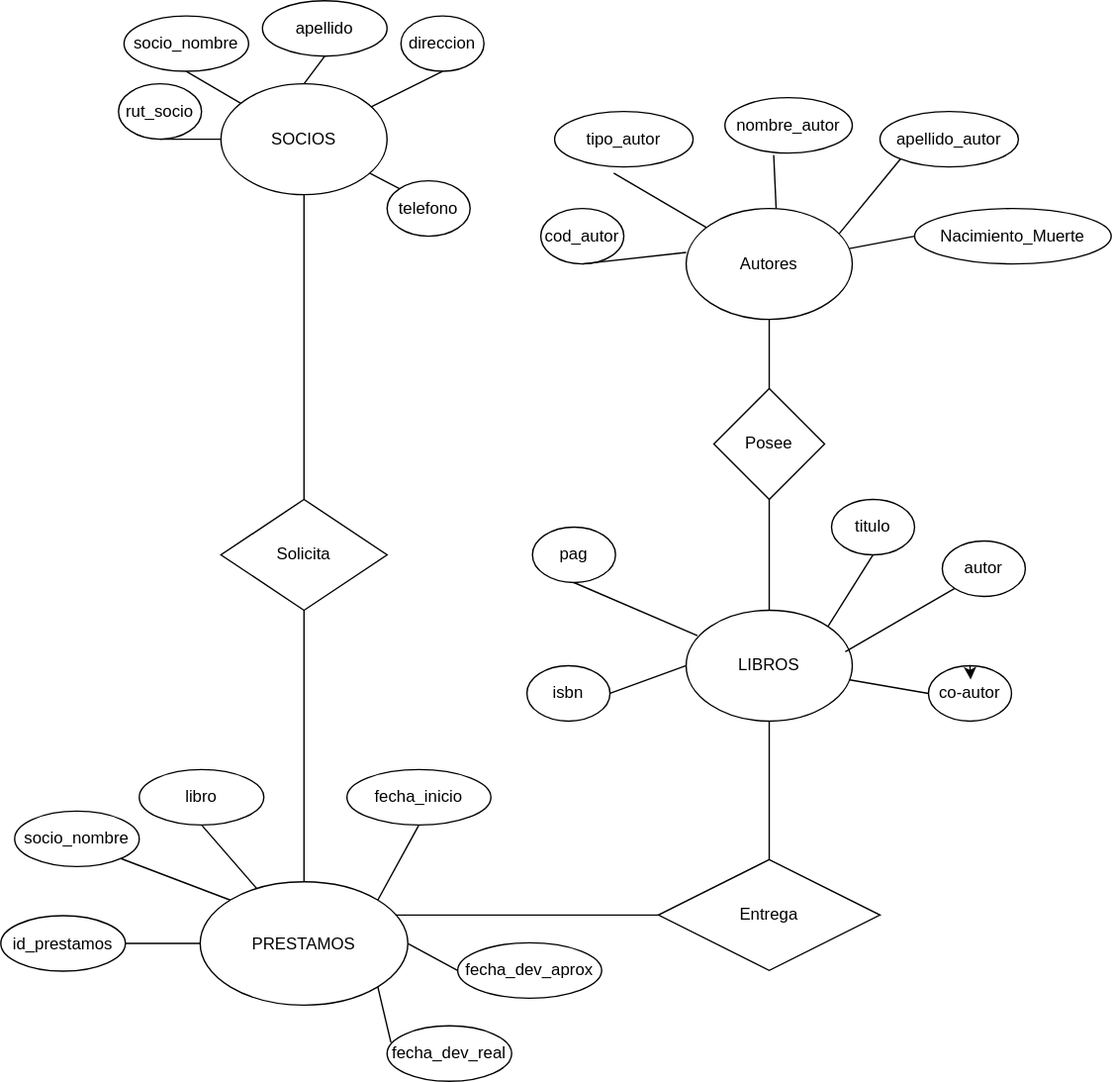
Before: Modelo_Conceptual_01.svg, a diagram exported from draw.io (latiscool/BD_Bilbioteca_LTG). Source tidied: cells renumbered, new cells last; positions are measured from the earlier drawing's top-left corner, leaving out a move shared by most shapes. The source it was exported from:
```xml
<mxGraphModel>
  <root>
    <mxCell id="0" />
    <mxCell id="1" parent="0" />
    <mxCell id="2" style="endArrow=none;html=1;rounded=0;entryX=0.5;entryY=1;entryDx=0;entryDy=0;exitX=0.5;exitY=0;exitDx=0;exitDy=0;" parent="1" edge="1" source="41" target="17">
      <mxGeometry relative="1" as="geometry" />
    </mxCell>
    <mxCell id="3" style="group;" parent="1" vertex="1">
      <mxGeometry y="545" width="400" height="180" as="geometry" />
    </mxCell>
    <mxCell id="4" value="PRESTAMOS" style="ellipse;whiteSpace=wrap;html=1;" parent="3" vertex="1">
      <mxGeometry x="144" y="91" width="150" height="89" as="geometry" />
    </mxCell>
    <mxCell id="5" value="fecha_inicio" style="ellipse;whiteSpace=wrap;html=1;" parent="3" vertex="1">
      <mxGeometry x="250" y="10" width="104" height="40" as="geometry" />
    </mxCell>
    <mxCell id="6" value="fecha_dev_aprox" style="ellipse;whiteSpace=wrap;html=1;" parent="3" vertex="1">
      <mxGeometry x="330" y="135" width="104" height="40" as="geometry" />
    </mxCell>
    <mxCell id="7" style="endArrow=none;html=1;rounded=0;entryX=0.5;entryY=1;entryDx=0;entryDy=0;exitX=1;exitY=0;exitDx=0;exitDy=0;" parent="3" edge="1" source="4" target="5">
      <mxGeometry relative="1" as="geometry" />
    </mxCell>
    <mxCell id="8" style="endArrow=none;html=1;rounded=0;entryX=0;entryY=0.5;entryDx=0;entryDy=0;exitX=1;exitY=0.5;exitDx=0;exitDy=0;" parent="3" edge="1" source="4" target="6">
      <mxGeometry relative="1" as="geometry" />
    </mxCell>
    <mxCell id="9" value="socio_nombre" style="ellipse;whiteSpace=wrap;html=1;" parent="3" vertex="1">
      <mxGeometry x="10" y="40" width="90" height="40" as="geometry" />
    </mxCell>
    <mxCell id="10" value="libro" style="ellipse;whiteSpace=wrap;html=1;" parent="3" vertex="1">
      <mxGeometry x="100" y="10" width="90" height="40" as="geometry" />
    </mxCell>
    <mxCell id="11" style="endArrow=none;html=1;rounded=0;entryX=0.5;entryY=1;entryDx=0;entryDy=0;" parent="3" edge="1" source="4" target="10">
      <mxGeometry relative="1" as="geometry" />
    </mxCell>
    <mxCell id="12" style="endArrow=none;html=1;rounded=0;entryX=1;entryY=1;entryDx=0;entryDy=0;exitX=0;exitY=0;exitDx=0;exitDy=0;" parent="3" edge="1" source="4" target="9">
      <mxGeometry relative="1" as="geometry" />
    </mxCell>
    <mxCell id="13" value="id_prestamos" style="ellipse;whiteSpace=wrap;html=1;" parent="3" vertex="1">
      <mxGeometry y="115.5" width="90" height="40" as="geometry" />
    </mxCell>
    <mxCell id="14" style="edgeStyle=orthogonalEdgeStyle;rounded=0;orthogonalLoop=1;jettySize=auto;html=1;exitX=0.5;exitY=1;exitDx=0;exitDy=0;" parent="3" edge="1" source="13" target="13">
      <mxGeometry relative="1" as="geometry" />
    </mxCell>
    <mxCell id="15" style="endArrow=none;html=1;rounded=0;entryX=0;entryY=0.5;entryDx=0;entryDy=0;" parent="3" edge="1" source="13" target="4">
      <mxGeometry relative="1" as="geometry" />
    </mxCell>
    <mxCell id="16" style="group;" parent="1" vertex="1">
      <mxGeometry x="85" width="280" height="170" as="geometry" />
    </mxCell>
    <mxCell id="17" value="SOCIOS" style="ellipse;whiteSpace=wrap;html=1;" parent="16" vertex="1">
      <mxGeometry x="74" y="60" width="120" height="80" as="geometry" />
    </mxCell>
    <mxCell id="18" value="rut_socio" style="ellipse;whiteSpace=wrap;html=1;" parent="16" vertex="1">
      <mxGeometry y="60" width="60" height="40" as="geometry" />
    </mxCell>
    <mxCell id="19" value="socio_nombre" style="ellipse;whiteSpace=wrap;html=1;" parent="16" vertex="1">
      <mxGeometry x="4" y="11" width="90" height="40" as="geometry" />
    </mxCell>
    <mxCell id="20" value="direccion" style="ellipse;whiteSpace=wrap;html=1;" parent="16" vertex="1">
      <mxGeometry x="204" y="11" width="60" height="40" as="geometry" />
    </mxCell>
    <mxCell id="21" value="apellido" style="ellipse;whiteSpace=wrap;html=1;" parent="16" vertex="1">
      <mxGeometry x="104" width="90" height="40" as="geometry" />
    </mxCell>
    <mxCell id="22" style="endArrow=none;html=1;rounded=0;entryX=0.5;entryY=1;entryDx=0;entryDy=0;exitX=0;exitY=0.5;exitDx=0;exitDy=0;" parent="16" edge="1" source="17" target="18">
      <mxGeometry relative="1" as="geometry" />
    </mxCell>
    <mxCell id="23" style="endArrow=none;html=1;rounded=0;entryX=0.5;entryY=1;entryDx=0;entryDy=0;" parent="16" edge="1" source="17" target="19">
      <mxGeometry relative="1" as="geometry" />
    </mxCell>
    <mxCell id="24" style="endArrow=none;html=1;rounded=0;entryX=0.5;entryY=1;entryDx=0;entryDy=0;exitX=0.5;exitY=0;exitDx=0;exitDy=0;" parent="16" edge="1" source="17" target="21">
      <mxGeometry relative="1" as="geometry" />
    </mxCell>
    <mxCell id="25" style="endArrow=none;html=1;rounded=0;entryX=0.5;entryY=1;entryDx=0;entryDy=0;" parent="16" edge="1" source="17" target="20">
      <mxGeometry relative="1" as="geometry" />
    </mxCell>
    <mxCell id="26" value="telefono" style="ellipse;whiteSpace=wrap;html=1;" parent="16" vertex="1">
      <mxGeometry x="194" y="130" width="60" height="40" as="geometry" />
    </mxCell>
    <mxCell id="27" style="endArrow=none;html=1;rounded=0;entryX=0;entryY=0;entryDx=0;entryDy=0;" parent="16" edge="1" source="17" target="26">
      <mxGeometry relative="1" as="geometry" />
    </mxCell>
    <mxCell id="28" style="group;" parent="1" vertex="1">
      <mxGeometry x="400" y="370" width="395" height="190" as="geometry" />
    </mxCell>
    <mxCell id="29" value="LIBROS" style="ellipse;whiteSpace=wrap;html=1;" parent="28" vertex="1">
      <mxGeometry x="95" y="70" width="120" height="80" as="geometry" />
    </mxCell>
    <mxCell id="30" value="isbn" style="ellipse;whiteSpace=wrap;html=1;" parent="28" vertex="1">
      <mxGeometry x="-20" y="110" width="60" height="40" as="geometry" />
    </mxCell>
    <mxCell id="31" value="titulo" style="ellipse;whiteSpace=wrap;html=1;" parent="28" vertex="1">
      <mxGeometry x="200" y="-10" width="60" height="40" as="geometry" />
    </mxCell>
    <mxCell id="32" value="pag" style="ellipse;whiteSpace=wrap;html=1;" parent="28" vertex="1">
      <mxGeometry x="-16" y="10" width="60" height="40" as="geometry" />
    </mxCell>
    <mxCell id="33" style="endArrow=none;html=1;rounded=0;exitX=0;exitY=0.5;exitDx=0;exitDy=0;entryX=1;entryY=0.5;entryDx=0;entryDy=0;" parent="28" edge="1" source="29" target="30">
      <mxGeometry relative="1" as="geometry" />
    </mxCell>
    <mxCell id="34" style="endArrow=none;html=1;rounded=0;exitX=1;exitY=0;exitDx=0;exitDy=0;entryX=0.5;entryY=1;entryDx=0;entryDy=0;" parent="28" edge="1" source="29" target="31">
      <mxGeometry relative="1" as="geometry" />
    </mxCell>
    <mxCell id="35" style="endArrow=none;html=1;rounded=0;exitX=0.068;exitY=0.23;exitDx=0;exitDy=0;entryX=0.5;entryY=1;entryDx=0;entryDy=0;exitPerimeter=0;" parent="28" edge="1" source="29" target="32">
      <mxGeometry relative="1" as="geometry" />
    </mxCell>
    <mxCell id="36" value="co-autor" style="ellipse;whiteSpace=wrap;html=1;" parent="28" vertex="1">
      <mxGeometry x="270" y="110" width="60" height="40" as="geometry" />
    </mxCell>
    <mxCell id="37" value="autor" style="ellipse;whiteSpace=wrap;html=1;" parent="28" vertex="1">
      <mxGeometry x="280" y="20" width="60" height="40" as="geometry" />
    </mxCell>
    <mxCell id="38" style="endArrow=none;html=1;rounded=0;exitX=0.958;exitY=0.375;exitDx=0;exitDy=0;exitPerimeter=0;entryX=0;entryY=1;entryDx=0;entryDy=0;" parent="28" edge="1" source="29" target="37">
      <mxGeometry relative="1" as="geometry" />
    </mxCell>
    <mxCell id="39" style="edgeStyle=orthogonalEdgeStyle;rounded=0;orthogonalLoop=1;jettySize=auto;html=1;exitX=0.5;exitY=0;exitDx=0;exitDy=0;entryX=0.508;entryY=0.25;entryDx=0;entryDy=0;entryPerimeter=0;" parent="28" edge="1" source="36" target="36">
      <mxGeometry relative="1" as="geometry" />
    </mxCell>
    <mxCell id="40" style="endArrow=none;html=1;rounded=0;entryX=0;entryY=0.5;entryDx=0;entryDy=0;" parent="28" edge="1" source="29" target="36">
      <mxGeometry relative="1" as="geometry" />
    </mxCell>
    <mxCell id="41" value="Solicita" style="rhombus;whiteSpace=wrap;html=1;" parent="1" vertex="1">
      <mxGeometry x="159" y="360" width="120" height="80" as="geometry" />
    </mxCell>
    <mxCell id="42" style="endArrow=none;html=1;rounded=0;" parent="1" edge="1" source="4" target="41">
      <mxGeometry relative="1" as="geometry" />
    </mxCell>
    <mxCell id="43" value="Entrega" style="rhombus;whiteSpace=wrap;html=1;" parent="1" vertex="1">
      <mxGeometry x="475" y="620" width="160" height="80" as="geometry" />
    </mxCell>
    <mxCell id="44" style="endArrow=none;html=1;rounded=0;entryX=0.5;entryY=0;entryDx=0;entryDy=0;exitX=0.5;exitY=1;exitDx=0;exitDy=0;" parent="1" edge="1" source="29" target="43">
      <mxGeometry relative="1" as="geometry" />
    </mxCell>
    <mxCell id="45" style="endArrow=none;html=1;rounded=0;" parent="1" edge="1" source="43">
      <mxGeometry relative="1" as="geometry">
        <mxPoint x="285" y="660" as="targetPoint" />
      </mxGeometry>
    </mxCell>
    <mxCell id="46" value="fecha_dev_real" style="ellipse;whiteSpace=wrap;html=1;" parent="1" vertex="1">
      <mxGeometry x="279" y="740" width="90" height="40" as="geometry" />
    </mxCell>
    <mxCell id="47" style="endArrow=none;html=1;rounded=0;entryX=0.031;entryY=0.3;entryDx=0;entryDy=0;exitX=1;exitY=1;exitDx=0;exitDy=0;entryPerimeter=0;" parent="1" edge="1" source="4" target="46">
      <mxGeometry relative="1" as="geometry" />
    </mxCell>
    <mxCell id="48" value="Posee" style="rhombus;whiteSpace=wrap;html=1;" parent="1" vertex="1">
      <mxGeometry x="515" y="280" width="80" height="80" as="geometry" />
    </mxCell>
    <mxCell id="49" value="Autores" style="ellipse;whiteSpace=wrap;html=1;" parent="1" vertex="1">
      <mxGeometry x="495" y="150" width="120" height="80" as="geometry" />
    </mxCell>
    <mxCell id="50" style="endArrow=none;html=1;rounded=0;entryX=0.5;entryY=1;entryDx=0;entryDy=0;" parent="1" edge="1" source="29" target="48">
      <mxGeometry relative="1" as="geometry" />
    </mxCell>
    <mxCell id="51" style="endArrow=none;html=1;rounded=0;entryX=0.5;entryY=1;entryDx=0;entryDy=0;exitX=0.5;exitY=0;exitDx=0;exitDy=0;" parent="1" edge="1" source="48" target="49">
      <mxGeometry relative="1" as="geometry" />
    </mxCell>
    <mxCell id="52" value="cod_autor" style="ellipse;whiteSpace=wrap;html=1;" parent="1" vertex="1">
      <mxGeometry x="390" y="150" width="60" height="40" as="geometry" />
    </mxCell>
    <mxCell id="53" style="endArrow=none;html=1;rounded=0;entryX=0;entryY=0;entryDx=0;entryDy=0;exitX=0.5;exitY=1;exitDx=0;exitDy=0;" parent="1" edge="1" source="52">
      <mxGeometry relative="1" as="geometry">
        <mxPoint x="495" y="181.7" as="targetPoint" />
      </mxGeometry>
    </mxCell>
    <mxCell id="54" value="tipo_autor" style="ellipse;whiteSpace=wrap;html=1;" parent="1" vertex="1">
      <mxGeometry x="400" y="80" width="100" height="40" as="geometry" />
    </mxCell>
    <mxCell id="55" style="endArrow=none;html=1;rounded=0;exitX=0.427;exitY=1.111;exitDx=0;exitDy=0;exitPerimeter=0;" parent="1" edge="1" source="54" target="49">
      <mxGeometry relative="1" as="geometry" />
    </mxCell>
    <mxCell id="56" value="Nacimiento_Muerte" style="ellipse;whiteSpace=wrap;html=1;" parent="1" vertex="1">
      <mxGeometry x="660" y="150" width="142" height="40" as="geometry" />
    </mxCell>
    <mxCell id="57" style="endArrow=none;html=1;rounded=0;entryX=0;entryY=0.5;entryDx=0;entryDy=0;" parent="1" edge="1" source="49" target="56">
      <mxGeometry relative="1" as="geometry" />
    </mxCell>
    <mxCell id="58" value="apellido_autor" style="ellipse;whiteSpace=wrap;html=1;" parent="1" vertex="1">
      <mxGeometry x="635" y="80" width="100" height="40" as="geometry" />
    </mxCell>
    <mxCell id="59" style="endArrow=none;html=1;rounded=0;entryX=0.922;entryY=0.226;entryDx=0;entryDy=0;exitX=0;exitY=1;exitDx=0;exitDy=0;entryPerimeter=0;" parent="1" edge="1" source="58" target="49">
      <mxGeometry relative="1" as="geometry" />
    </mxCell>
    <mxCell id="60" value="nombre_autor" style="ellipse;whiteSpace=wrap;html=1;" parent="1" vertex="1">
      <mxGeometry x="523" y="70" width="92" height="40" as="geometry" />
    </mxCell>
    <mxCell id="61" style="endArrow=none;html=1;rounded=0;exitX=0.383;exitY=1.035;exitDx=0;exitDy=0;exitPerimeter=0;" parent="1" edge="1" source="60">
      <mxGeometry relative="1" as="geometry">
        <mxPoint x="560" y="150" as="targetPoint" />
      </mxGeometry>
    </mxCell>
  </root>
</mxGraphModel>
```
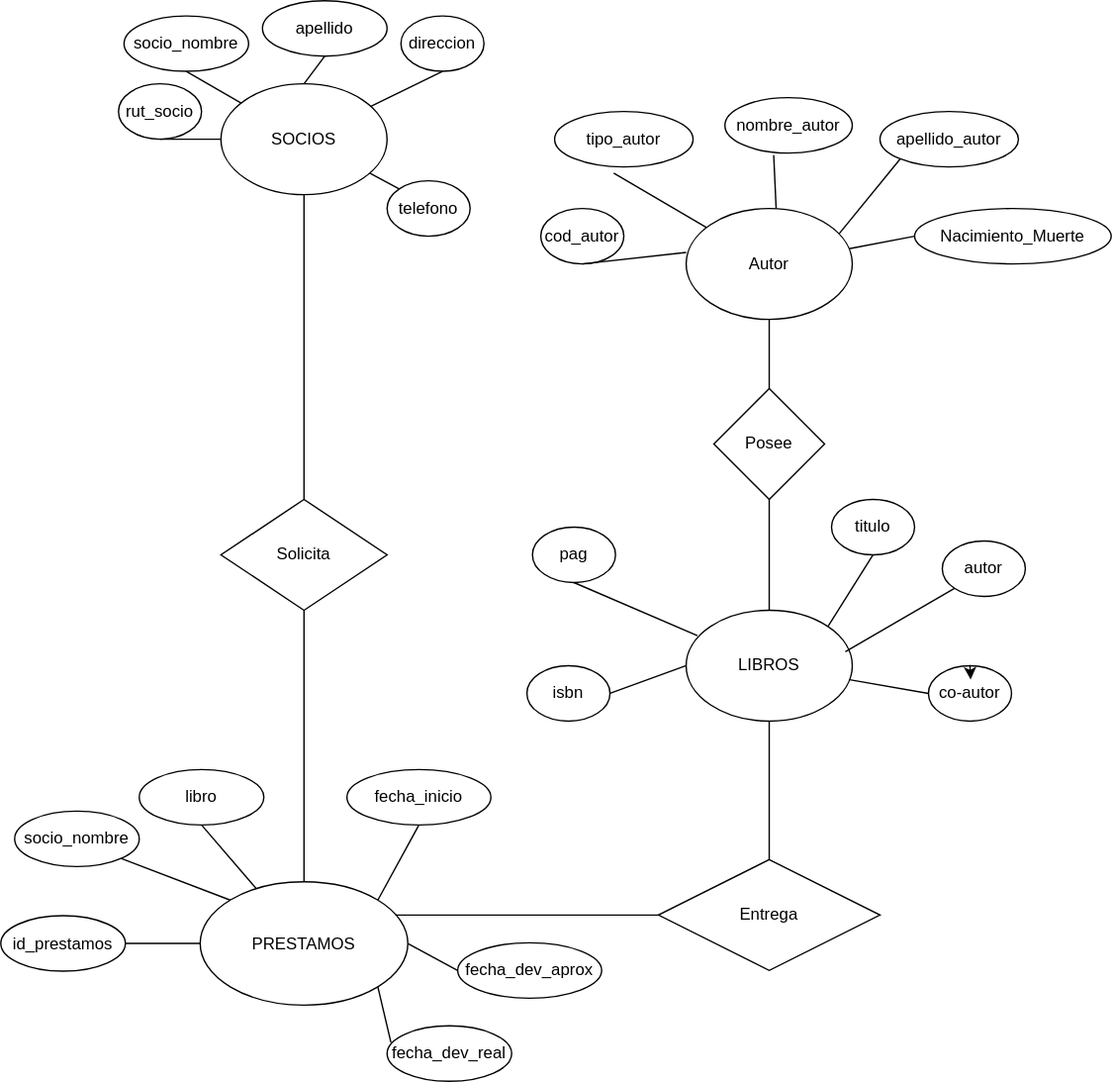
The same file after the commit.

The edit, as a diff of the source:
```diff
@@ -145,7 +145,7 @@
     <mxCell id="48" value="Posee" style="rhombus;whiteSpace=wrap;html=1;" parent="1" vertex="1">
       <mxGeometry x="515" y="280" width="80" height="80" as="geometry" />
     </mxCell>
-    <mxCell id="49" value="Autores" style="ellipse;whiteSpace=wrap;html=1;" parent="1" vertex="1">
+    <mxCell id="49" value="Autor" style="ellipse;whiteSpace=wrap;html=1;" parent="1" vertex="1">
       <mxGeometry x="495" y="150" width="120" height="80" as="geometry" />
     </mxCell>
     <mxCell id="50" style="endArrow=none;html=1;rounded=0;entryX=0.5;entryY=1;entryDx=0;entryDy=0;" parent="1" edge="1" source="29" target="48">
```
